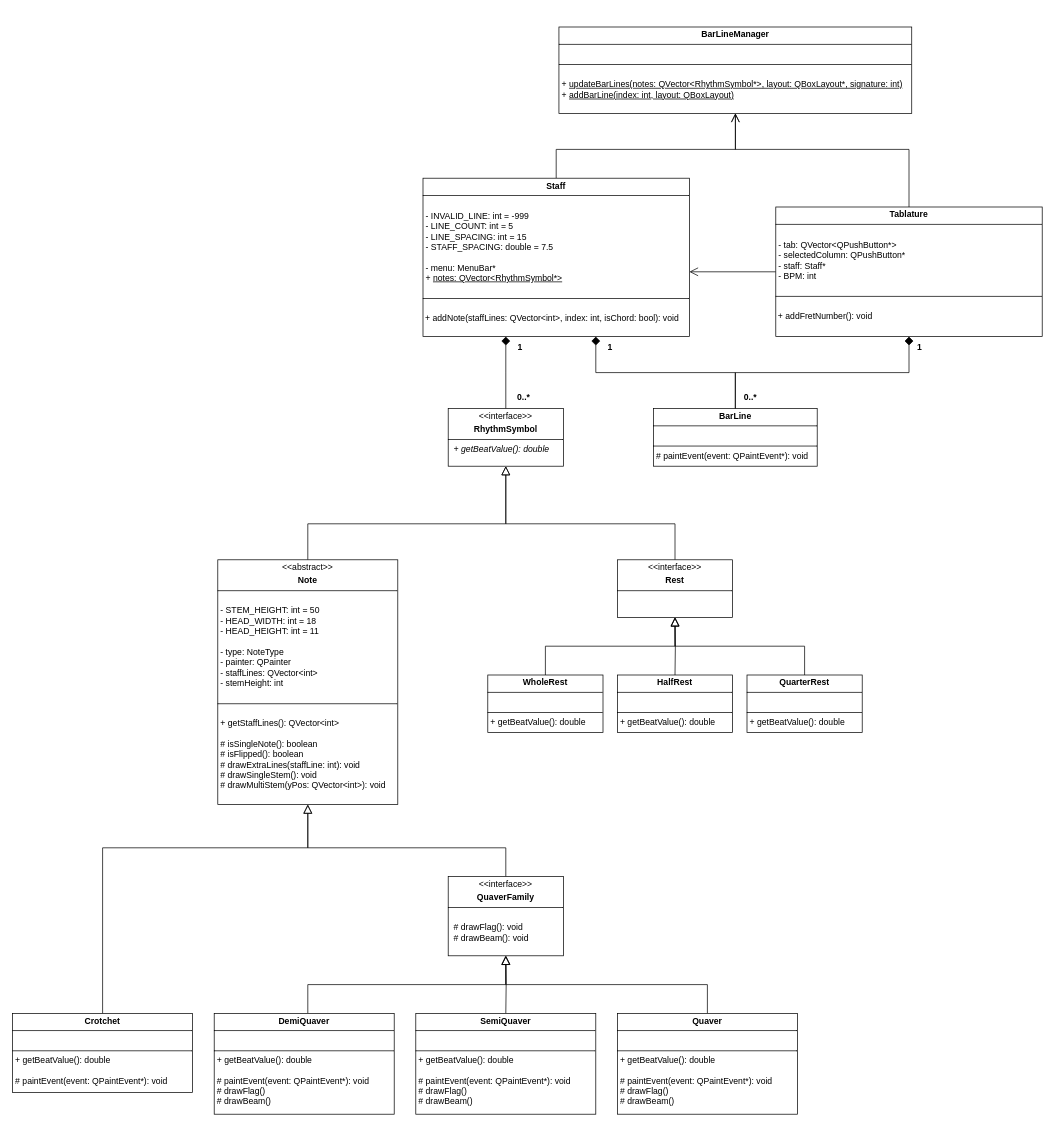
Above: UMLDiagram.drawio in EthanL285/TabPro (draw.io), before the change. Source tidied: cells renumbered, new cells numbered last; positions are measured from the earlier drawing's top-left corner, leaving out a move shared by most shapes. Both pictures are drawn from the tidied source at 72%, with x=0, y=0 at pixel (12, 27).
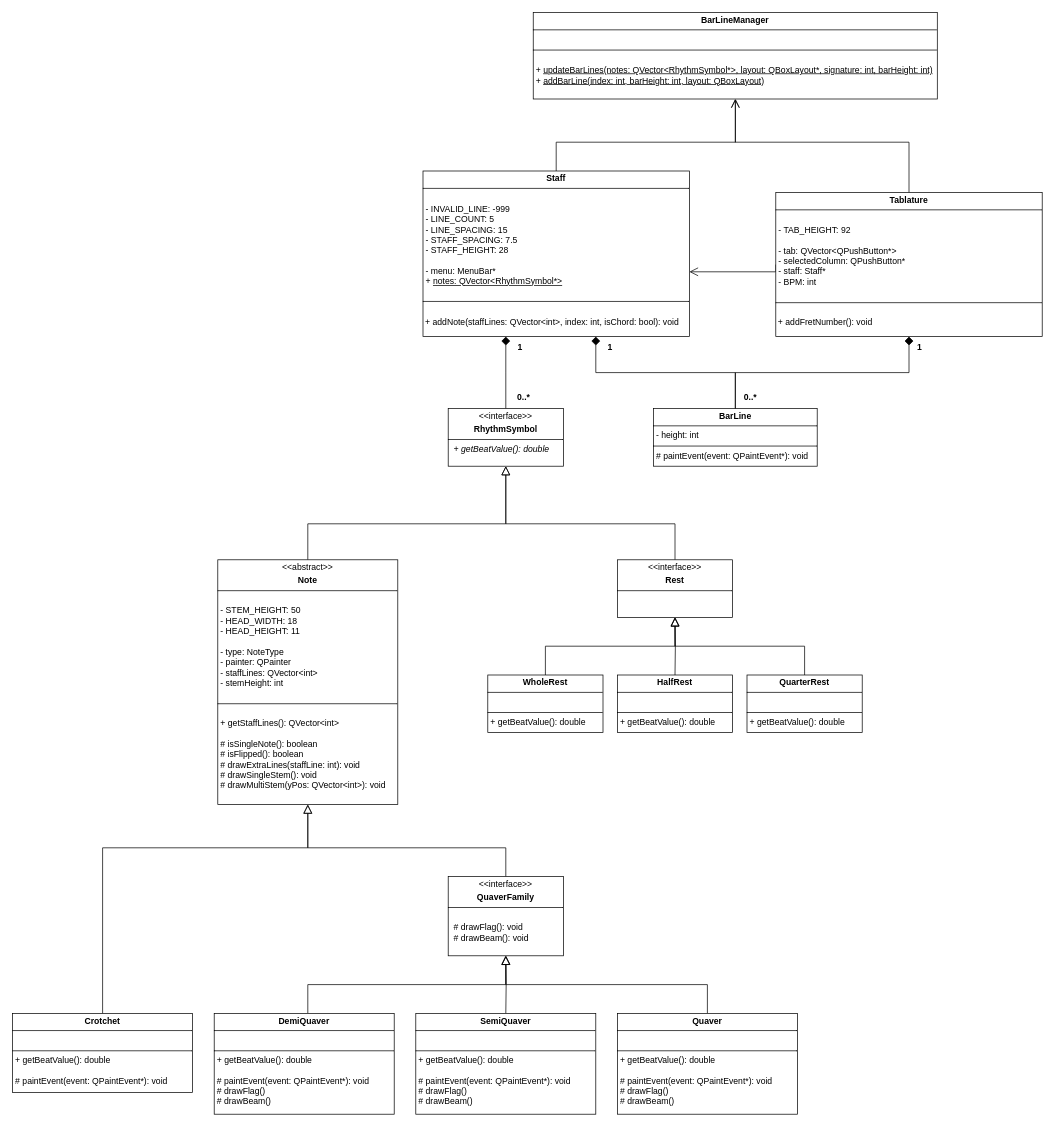
The same diagram, later.

Commit message:
Update UMLDiagram - Updated BarLineManager

What changed in the source:
```diff
@@
-    <mxCell id="3" value="&lt;p style=&quot;margin:0px;margin-top:4px;text-align:center;&quot;&gt;&amp;lt;&amp;lt;abstract&amp;gt;&amp;gt;&lt;/p&gt;&lt;p style=&quot;margin:0px;margin-top:4px;text-align:center;&quot;&gt;&lt;b&gt;Note&lt;/b&gt;&lt;/p&gt;&lt;hr size=&quot;1&quot; style=&quot;border-style:solid;&quot;&gt;&lt;p style=&quot;margin:0px;margin-left:4px;&quot;&gt;&lt;br&gt;&lt;/p&gt;&lt;p style=&quot;margin:0px;margin-left:4px;&quot;&gt;&lt;span style=&quot;background-color: initial;&quot;&gt;- STEM_HEIGHT: int = 50&lt;/span&gt;&lt;/p&gt;&lt;p style=&quot;margin:0px;margin-left:4px;&quot;&gt;- HEAD_WIDTH: int = 18&lt;/p&gt;&lt;p style=&quot;margin:0px;margin-left:4px;&quot;&gt;- HEAD_HEIGHT: int = 11&lt;/p&gt;&lt;p style=&quot;margin:0px;margin-left:4px;&quot;&gt;&lt;br&gt;&lt;/p&gt;&lt;p style=&quot;margin:0px;margin-left:4px;&quot;&gt;- type: NoteType&lt;/p&gt;&lt;p style=&quot;margin:0px;margin-left:4px;&quot;&gt;- painter: QPainter&lt;/p&gt;&lt;p style=&quot;margin:0px;margin-left:4px;&quot;&gt;- staffLines: QVector&amp;lt;int&amp;gt;&lt;/p&gt;&lt;p style=&quot;margin:0px;margin-left:4px;&quot;&gt;- stemHeight: int&lt;/p&gt;&lt;p style=&quot;margin:0px;margin-left:4px;&quot;&gt;&lt;br&gt;&lt;/p&gt;&lt;hr size=&quot;1&quot; style=&quot;border-style:solid;&quot;&gt;&lt;br&gt;&lt;p style=&quot;margin:0px;margin-left:4px;&quot;&gt;+ getStaffLines(): QVector&amp;lt;int&amp;gt;&lt;/p&gt;&lt;p style=&quot;margin:0px;margin-left:4px;&quot;&gt;&lt;br&gt;&lt;/p&gt;&lt;p style=&quot;margin:0px;margin-left:4px;&quot;&gt;# isSingleNote(): boolean&lt;/p&gt;&lt;p style=&quot;margin:0px;margin-left:4px;&quot;&gt;# isFlipped(): boolean&lt;/p&gt;&lt;p style=&quot;margin:0px;margin-left:4px;&quot;&gt;# drawExtraLines(staffLine: int): void&lt;/p&gt;&lt;p style=&quot;margin:0px;margin-left:4px;&quot;&gt;# drawSingleStem(): void&lt;/p&gt;&lt;p style=&quot;margin:0px;margin-left:4px;&quot;&gt;# drawMultiStem(yPos: QVector&amp;lt;int&amp;gt;): void&lt;/p&gt;" style="verticalAlign=top;align=left;overflow=fill;html=1;whiteSpace=wrap;" parent="1" vertex="1">
+    <mxCell id="3" value="&lt;p style=&quot;margin:0px;margin-top:4px;text-align:center;&quot;&gt;&amp;lt;&amp;lt;abstract&amp;gt;&amp;gt;&lt;/p&gt;&lt;p style=&quot;margin:0px;margin-top:4px;text-align:center;&quot;&gt;&lt;b&gt;Note&lt;/b&gt;&lt;/p&gt;&lt;hr size=&quot;1&quot; style=&quot;border-style:solid;&quot;&gt;&lt;p style=&quot;margin:0px;margin-left:4px;&quot;&gt;&lt;br&gt;&lt;/p&gt;&lt;p style=&quot;margin:0px;margin-left:4px;&quot;&gt;&lt;span style=&quot;background-color: initial;&quot;&gt;- STEM_HEIGHT: 50&lt;/span&gt;&lt;/p&gt;&lt;p style=&quot;margin:0px;margin-left:4px;&quot;&gt;- HEAD_WIDTH: 18&lt;/p&gt;&lt;p style=&quot;margin:0px;margin-left:4px;&quot;&gt;- HEAD_HEIGHT: 11&lt;/p&gt;&lt;p style=&quot;margin:0px;margin-left:4px;&quot;&gt;&lt;br&gt;&lt;/p&gt;&lt;p style=&quot;margin:0px;margin-left:4px;&quot;&gt;- type: NoteType&lt;/p&gt;&lt;p style=&quot;margin:0px;margin-left:4px;&quot;&gt;- painter: QPainter&lt;/p&gt;&lt;p style=&quot;margin:0px;margin-left:4px;&quot;&gt;- staffLines: QVector&amp;lt;int&amp;gt;&lt;/p&gt;&lt;p style=&quot;margin:0px;margin-left:4px;&quot;&gt;- stemHeight: int&lt;/p&gt;&lt;p style=&quot;margin:0px;margin-left:4px;&quot;&gt;&lt;br&gt;&lt;/p&gt;&lt;hr size=&quot;1&quot; style=&quot;border-style:solid;&quot;&gt;&lt;br&gt;&lt;p style=&quot;margin:0px;margin-left:4px;&quot;&gt;+ getStaffLines(): QVector&amp;lt;int&amp;gt;&lt;/p&gt;&lt;p style=&quot;margin:0px;margin-left:4px;&quot;&gt;&lt;br&gt;&lt;/p&gt;&lt;p style=&quot;margin:0px;margin-left:4px;&quot;&gt;# isSingleNote(): boolean&lt;/p&gt;&lt;p style=&quot;margin:0px;margin-left:4px;&quot;&gt;# isFlipped(): boolean&lt;/p&gt;&lt;p style=&quot;margin:0px;margin-left:4px;&quot;&gt;# drawExtraLines(staffLine: int): void&lt;/p&gt;&lt;p style=&quot;margin:0px;margin-left:4px;&quot;&gt;# drawSingleStem(): void&lt;/p&gt;&lt;p style=&quot;margin:0px;margin-left:4px;&quot;&gt;# drawMultiStem(yPos: QVector&amp;lt;int&amp;gt;): void&lt;/p&gt;" style="verticalAlign=top;align=left;overflow=fill;html=1;whiteSpace=wrap;" parent="1" vertex="1">
       <mxGeometry x="285" y="740" width="250" height="340" as="geometry" />
     </mxCell>
@@
     <mxCell id="17" style="edgeStyle=orthogonalEdgeStyle;rounded=0;jettySize=auto;html=1;endArrow=open;endFill=0;endSize=10;" parent="1" edge="1" source="18" target="37">
       <mxGeometry relative="1" as="geometry">
         <Array as="points">
-          <mxPoint x="755" y="170" />
-          <mxPoint x="1004" y="170" />
+          <mxPoint x="755" y="160" />
+          <mxPoint x="1004" y="160" />
         </Array>
       </mxGeometry>
     </mxCell>
-    <mxCell id="18" value="&lt;p style=&quot;margin:0px;margin-top:4px;text-align:center;&quot;&gt;&lt;b style=&quot;background-color: initial;&quot;&gt;Staff&lt;/b&gt;&lt;/p&gt;&lt;hr size=&quot;1&quot; style=&quot;border-style:solid;&quot;&gt;&lt;p style=&quot;margin:0px;margin-left:4px;&quot;&gt;&lt;br&gt;&lt;/p&gt;&lt;p style=&quot;margin:0px;margin-left:4px;&quot;&gt;- INVALID_LINE: int = -999&lt;/p&gt;&lt;p style=&quot;margin:0px;margin-left:4px;&quot;&gt;&lt;span style=&quot;background-color: initial;&quot;&gt;- LINE_COUNT: int = 5&lt;/span&gt;&lt;/p&gt;&lt;p style=&quot;margin:0px;margin-left:4px;&quot;&gt;- LINE_SPACING: int = 15&lt;/p&gt;&lt;p style=&quot;margin: 0px 0px 0px 4px;&quot;&gt;- STAFF_SPACING: double = 7.5&lt;/p&gt;&lt;div&gt;&lt;br&gt;&lt;/div&gt;&lt;p style=&quot;margin:0px;margin-left:4px;&quot;&gt;&lt;span style=&quot;background-color: initial;&quot;&gt;- menu: MenuBar*&lt;/span&gt;&lt;/p&gt;&lt;p style=&quot;margin:0px;margin-left:4px;&quot;&gt;&lt;span style=&quot;background-color: initial;&quot;&gt;+ &lt;u&gt;notes: QVector&amp;lt;RhythmSymbol*&amp;gt;&lt;/u&gt;&lt;/span&gt;&lt;/p&gt;&lt;p style=&quot;margin:0px;margin-left:4px;&quot;&gt;&lt;br&gt;&lt;/p&gt;&lt;hr size=&quot;1&quot; style=&quot;border-style:solid;&quot;&gt;&lt;br&gt;&lt;div&gt;&amp;nbsp;+ addNote(staffLines: QVector&amp;lt;int&amp;gt;, index: int, isChord: bool): void&lt;/div&gt;&lt;div&gt;&lt;br&gt;&lt;br&gt;&lt;/div&gt;&lt;div&gt;&lt;br&gt;&lt;/div&gt;&lt;div&gt;&lt;br&gt;&lt;/div&gt;&lt;div&gt;&lt;br&gt;&lt;/div&gt;&lt;div&gt;&lt;br&gt;&lt;/div&gt;&lt;div&gt;&lt;br&gt;&lt;br&gt;&lt;/div&gt;" style="verticalAlign=top;align=left;overflow=fill;html=1;whiteSpace=wrap;" parent="1" vertex="1">
-      <mxGeometry x="570" y="210" width="370" height="220" as="geometry" />
+    <mxCell id="18" value="&lt;p style=&quot;margin:0px;margin-top:4px;text-align:center;&quot;&gt;&lt;b style=&quot;background-color: initial;&quot;&gt;Staff&lt;/b&gt;&lt;/p&gt;&lt;hr size=&quot;1&quot; style=&quot;border-style:solid;&quot;&gt;&lt;p style=&quot;margin:0px;margin-left:4px;&quot;&gt;&lt;br&gt;&lt;/p&gt;&lt;p style=&quot;margin:0px;margin-left:4px;&quot;&gt;- INVALID_LINE: -999&lt;/p&gt;&lt;p style=&quot;margin:0px;margin-left:4px;&quot;&gt;&lt;span style=&quot;background-color: initial;&quot;&gt;- LINE_COUNT: 5&lt;/span&gt;&lt;/p&gt;&lt;p style=&quot;margin:0px;margin-left:4px;&quot;&gt;- LINE_SPACING: 15&lt;/p&gt;&lt;p style=&quot;margin: 0px 0px 0px 4px;&quot;&gt;- STAFF_SPACING: 7.5&lt;/p&gt;&lt;p style=&quot;margin: 0px 0px 0px 4px;&quot;&gt;- STAFF_HEIGHT: 28&lt;/p&gt;&lt;div&gt;&lt;br&gt;&lt;/div&gt;&lt;p style=&quot;margin:0px;margin-left:4px;&quot;&gt;&lt;span style=&quot;background-color: initial;&quot;&gt;- menu: MenuBar*&lt;/span&gt;&lt;/p&gt;&lt;p style=&quot;margin:0px;margin-left:4px;&quot;&gt;&lt;span style=&quot;background-color: initial;&quot;&gt;+ &lt;u&gt;notes: QVector&amp;lt;RhythmSymbol*&amp;gt;&lt;/u&gt;&lt;/span&gt;&lt;/p&gt;&lt;p style=&quot;margin:0px;margin-left:4px;&quot;&gt;&lt;br&gt;&lt;/p&gt;&lt;hr size=&quot;1&quot; style=&quot;border-style:solid;&quot;&gt;&lt;br&gt;&lt;div&gt;&amp;nbsp;+ addNote(staffLines: QVector&amp;lt;int&amp;gt;, index: int, isChord: bool): void&lt;/div&gt;&lt;div&gt;&lt;br&gt;&lt;br&gt;&lt;/div&gt;&lt;div&gt;&lt;br&gt;&lt;/div&gt;&lt;div&gt;&lt;br&gt;&lt;/div&gt;&lt;div&gt;&lt;br&gt;&lt;/div&gt;&lt;div&gt;&lt;br&gt;&lt;/div&gt;&lt;div&gt;&lt;br&gt;&lt;br&gt;&lt;/div&gt;" style="verticalAlign=top;align=left;overflow=fill;html=1;whiteSpace=wrap;" parent="1" vertex="1">
+      <mxGeometry x="570" y="200" width="370" height="230" as="geometry" />
     </mxCell>
@@
-    <mxCell id="22" value="&lt;p style=&quot;margin:0px;margin-top:4px;text-align:center;&quot;&gt;&lt;b&gt;BarLine&lt;/b&gt;&lt;/p&gt;&lt;hr size=&quot;1&quot; style=&quot;border-style:solid;&quot;&gt;&lt;p style=&quot;margin:0px;margin-left:4px;&quot;&gt;&lt;br&gt;&lt;/p&gt;&lt;hr size=&quot;1&quot; style=&quot;border-style:solid;&quot;&gt;&lt;p style=&quot;margin: 0px 0px 0px 4px;&quot;&gt;# paintEvent(event: QPaintEvent*): void&lt;/p&gt;&lt;div&gt;&lt;br&gt;&lt;/div&gt;" style="verticalAlign=top;align=left;overflow=fill;html=1;whiteSpace=wrap;" parent="1" vertex="1">
+    <mxCell id="22" value="&lt;p style=&quot;margin:0px;margin-top:4px;text-align:center;&quot;&gt;&lt;b&gt;BarLine&lt;/b&gt;&lt;/p&gt;&lt;hr size=&quot;1&quot; style=&quot;border-style:solid;&quot;&gt;&lt;p style=&quot;margin:0px;margin-left:4px;&quot;&gt;- height: int&lt;/p&gt;&lt;hr size=&quot;1&quot; style=&quot;border-style:solid;&quot;&gt;&lt;p style=&quot;margin: 0px 0px 0px 4px;&quot;&gt;# paintEvent(event: QPaintEvent*): void&lt;/p&gt;&lt;div&gt;&lt;br&gt;&lt;/div&gt;" style="verticalAlign=top;align=left;overflow=fill;html=1;whiteSpace=wrap;" parent="1" vertex="1">
       <mxGeometry x="890" y="530" width="227.5" height="80" as="geometry" />
     </mxCell>
@@
-    <mxCell id="32" style="edgeStyle=orthogonalEdgeStyle;rounded=0;jettySize=auto;html=1;entryX=0.5;entryY=1;entryDx=0;entryDy=0;endSize=10;endArrow=open;endFill=0;" parent="1" edge="1" source="33" target="37">
+    <mxCell id="32" style="edgeStyle=orthogonalEdgeStyle;rounded=0;jettySize=auto;html=1;entryX=0.5;entryY=1;entryDx=0;entryDy=0;endArrow=open;endFill=0;endSize=10;" parent="1" edge="1" source="33" target="37">
       <mxGeometry relative="1" as="geometry">
         <Array as="points">
-          <mxPoint x="1245" y="170" />
-          <mxPoint x="1004" y="170" />
+          <mxPoint x="1245" y="160" />
+          <mxPoint x="1004" y="160" />
         </Array>
       </mxGeometry>
     </mxCell>
-    <mxCell id="33" value="&lt;p style=&quot;margin:0px;margin-top:4px;text-align:center;&quot;&gt;&lt;b&gt;Tablature&lt;/b&gt;&lt;/p&gt;&lt;hr size=&quot;1&quot; style=&quot;border-style:solid;&quot;&gt;&lt;p style=&quot;margin:0px;margin-left:4px;&quot;&gt;&lt;br&gt;&lt;/p&gt;&lt;p style=&quot;margin:0px;margin-left:4px;&quot;&gt;- tab: QVector&amp;lt;QPushButton*&amp;gt;&lt;/p&gt;&lt;p style=&quot;margin:0px;margin-left:4px;&quot;&gt;- selectedColumn: QPushButton*&lt;/p&gt;&lt;p style=&quot;margin:0px;margin-left:4px;&quot;&gt;- staff: Staff*&lt;/p&gt;&lt;p style=&quot;margin:0px;margin-left:4px;&quot;&gt;- BPM: int&lt;/p&gt;&lt;p style=&quot;margin:0px;margin-left:4px;&quot;&gt;&lt;br&gt;&lt;/p&gt;&lt;hr size=&quot;1&quot; style=&quot;border-style:solid;&quot;&gt;&lt;br&gt;&lt;div&gt;&amp;nbsp;+ addFretNumber(): void&lt;/div&gt;&lt;div&gt;&lt;br&gt;&lt;/div&gt;" style="verticalAlign=top;align=left;overflow=fill;html=1;whiteSpace=wrap;" parent="1" vertex="1">
-      <mxGeometry x="1060" y="250" width="370" height="180" as="geometry" />
+    <mxCell id="33" value="&lt;p style=&quot;margin:0px;margin-top:4px;text-align:center;&quot;&gt;&lt;b&gt;Tablature&lt;/b&gt;&lt;/p&gt;&lt;hr size=&quot;1&quot; style=&quot;border-style:solid;&quot;&gt;&lt;p style=&quot;margin:0px;margin-left:4px;&quot;&gt;&lt;br&gt;&lt;/p&gt;&lt;p style=&quot;margin:0px;margin-left:4px;&quot;&gt;- TAB_HEIGHT: 92&lt;/p&gt;&lt;p style=&quot;margin:0px;margin-left:4px;&quot;&gt;&lt;br&gt;&lt;/p&gt;&lt;p style=&quot;margin:0px;margin-left:4px;&quot;&gt;- tab: QVector&amp;lt;QPushButton*&amp;gt;&lt;/p&gt;&lt;p style=&quot;margin:0px;margin-left:4px;&quot;&gt;- selectedColumn: QPushButton*&lt;/p&gt;&lt;p style=&quot;margin:0px;margin-left:4px;&quot;&gt;- staff: Staff*&lt;/p&gt;&lt;p style=&quot;margin:0px;margin-left:4px;&quot;&gt;- BPM: int&lt;/p&gt;&lt;p style=&quot;margin:0px;margin-left:4px;&quot;&gt;&lt;br&gt;&lt;/p&gt;&lt;hr size=&quot;1&quot; style=&quot;border-style:solid;&quot;&gt;&lt;br&gt;&lt;div&gt;&amp;nbsp;+ addFretNumber(): void&lt;/div&gt;&lt;div&gt;&lt;br&gt;&lt;/div&gt;" style="verticalAlign=top;align=left;overflow=fill;html=1;whiteSpace=wrap;" parent="1" vertex="1">
+      <mxGeometry x="1060" y="230" width="370" height="200" as="geometry" />
     </mxCell>
@@
-    <mxCell id="37" value="&lt;p style=&quot;margin:0px;margin-top:4px;text-align:center;&quot;&gt;&lt;b&gt;BarLineManager&lt;/b&gt;&lt;/p&gt;&lt;hr size=&quot;1&quot; style=&quot;border-style:solid;&quot;&gt;&lt;p style=&quot;margin:0px;margin-left:4px;&quot;&gt;&lt;br&gt;&lt;/p&gt;&lt;hr size=&quot;1&quot; style=&quot;border-style:solid;&quot;&gt;&lt;p style=&quot;margin: 0px 0px 0px 4px;&quot;&gt;&lt;br&gt;&lt;/p&gt;&lt;p style=&quot;margin: 0px 0px 0px 4px;&quot;&gt;+ &lt;u&gt;updateBarLines(notes: QVector&amp;lt;RhythmSymbol*&amp;gt;, layout: QBoxLayout*, signature: int)&lt;/u&gt;&lt;/p&gt;&lt;p style=&quot;margin: 0px 0px 0px 4px;&quot;&gt;+ &lt;u&gt;addBarLine(index: int, layout: QBoxLayout)&lt;/u&gt;&lt;/p&gt;" style="verticalAlign=top;align=left;overflow=fill;html=1;whiteSpace=wrap;" parent="1" vertex="1">
-      <mxGeometry x="758.8" width="490" height="120" as="geometry" />
+    <mxCell id="37" value="&lt;p style=&quot;margin:0px;margin-top:4px;text-align:center;&quot;&gt;&lt;b&gt;BarLineManager&lt;/b&gt;&lt;/p&gt;&lt;hr size=&quot;1&quot; style=&quot;border-style:solid;&quot;&gt;&lt;p style=&quot;margin:0px;margin-left:4px;&quot;&gt;&lt;br&gt;&lt;/p&gt;&lt;hr size=&quot;1&quot; style=&quot;border-style:solid;&quot;&gt;&lt;p style=&quot;margin: 0px 0px 0px 4px;&quot;&gt;&lt;br&gt;&lt;/p&gt;&lt;p style=&quot;margin: 0px 0px 0px 4px;&quot;&gt;+ &lt;u&gt;updateBarLines(notes: QVector&amp;lt;RhythmSymbol*&amp;gt;, layout: QBoxLayout*, signature: int, barHeight: int)&lt;/u&gt;&lt;/p&gt;&lt;p style=&quot;margin: 0px 0px 0px 4px;&quot;&gt;+ &lt;u&gt;addBarLine(index: int, barHeight: int, layout: QBoxLayout)&lt;/u&gt;&lt;/p&gt;" style="verticalAlign=top;align=left;overflow=fill;html=1;whiteSpace=wrap;" parent="1" vertex="1">
+      <mxGeometry x="723.1" y="-20" width="561.2" height="120" as="geometry" />
     </mxCell>
```
